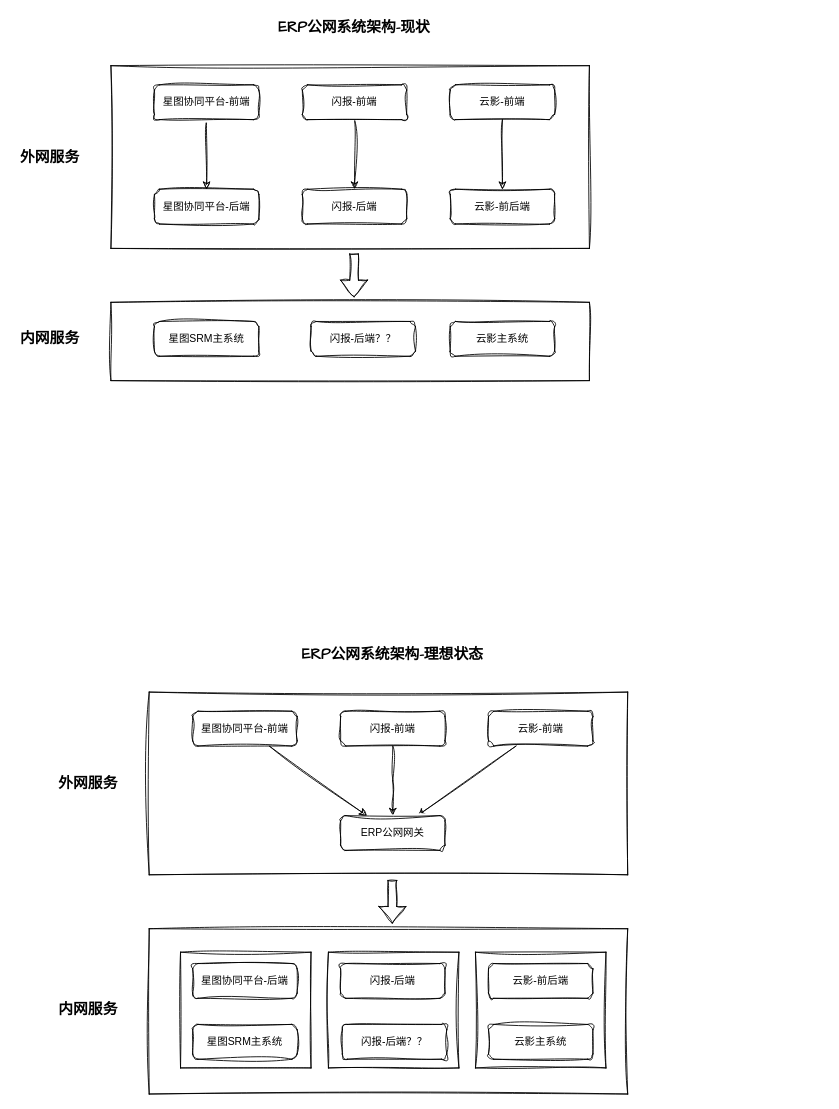
Above: ERP安全治理.drawio in S0Louis/drowio (draw.io), before the change. Source tidied: cells renumbered, new cells numbered last; positions are measured from the earlier drawing's top-left corner, leaving out a move shared by most shapes. Both pictures are drawn from the tidied source at 87%, with x=0, y=0 at pixel (15, 15).
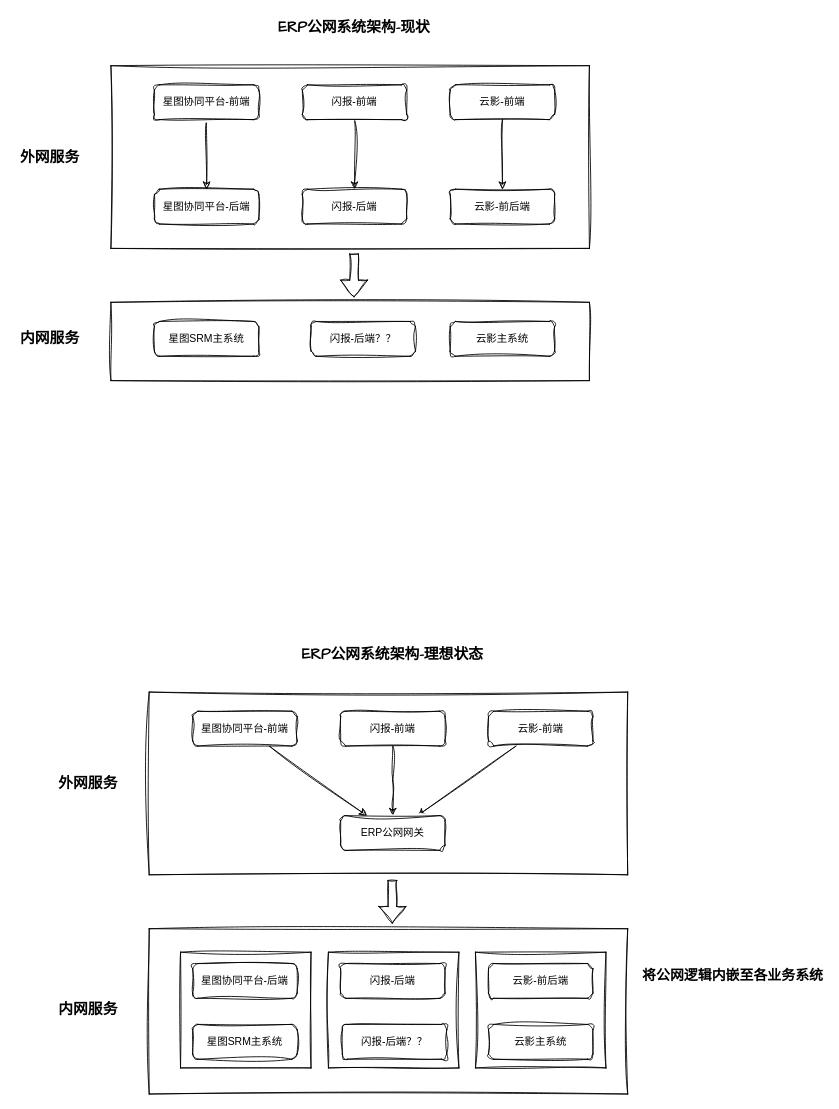
The same diagram, later.

Commit message (it also covers changes not shown here):
更新ERP安全治理.drawio

The edit, as a diff of the source:
```diff
@@
+    <mxCell id="42" value="将公网逻辑内嵌至各业务系统" style="text;html=1;align=center;verticalAlign=middle;whiteSpace=wrap;rounded=0;fontFamily=Architects Daughter;fontSize=16;fontStyle=1;" parent="1" vertex="1">
+      <mxGeometry x="720" y="1090" width="210" height="30" as="geometry" />
+    </mxCell>
```
